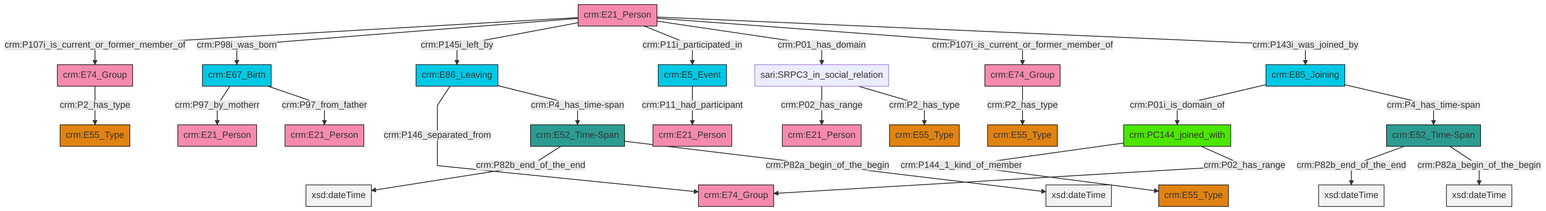
swiss-art-research-net/reference-data-models keeps this Mermaid diagram as et/personCSV/ttl/mmd/png/Person_Actor_Relations.png. Above is the earlier version. Its source is kept beside it as et/personCSV/ttl/mmd/Person_Actor_Relations.ttl.mmd.
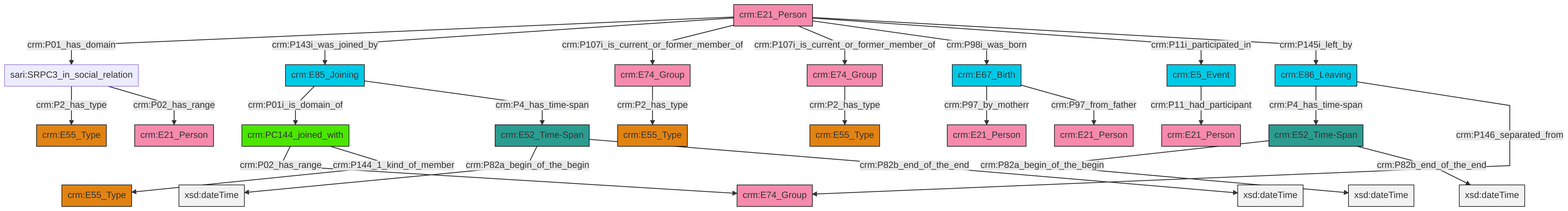
Above is the later version.

The edit, as a diff of the source:
```diff
@@ -13,27 +13,27 @@
 classDef PC_Classes fill:#4ce600, stroke:#000000;
 classDef Multi fill:#cccccc,stroke:#000000;
 
-2["crm:E86_Leaving"]:::Temporal_Entity -->|crm:P146_separated_from| 3["crm:E74_Group"]:::Actor
-4["crm:E52_Time-Span"]:::Time-Span -->|crm:P82b_end_of_the_end| 5[xsd:dateTime]:::Literal
-12["sari:SRPC3_in_social_relation"]:::Default -->|crm:P02_has_range| 8["crm:E21_Person"]:::Actor
-13["crm:E21_Person"]:::Actor -->|crm:P107i_is_current_or_former_member_of| 14["crm:E74_Group"]:::Actor
-12["sari:SRPC3_in_social_relation"]:::Default -->|crm:P2_has_type| 0["crm:E55_Type"]:::Type
-15["crm:E85_Joining"]:::Temporal_Entity -->|crm:P01i_is_domain_of| 10["crm:PC144_joined_with"]:::PC_Classes
-13["crm:E21_Person"]:::Actor -->|crm:P98i_was_born| 6["crm:E67_Birth"]:::Temporal_Entity
-13["crm:E21_Person"]:::Actor -->|crm:P145i_left_by| 2["crm:E86_Leaving"]:::Temporal_Entity
-13["crm:E21_Person"]:::Actor -->|crm:P11i_participated_in| 18["crm:E5_Event"]:::Temporal_Entity
-4["crm:E52_Time-Span"]:::Time-Span -->|crm:P82a_begin_of_the_begin| 20[xsd:dateTime]:::Literal
-16["crm:E74_Group"]:::Actor -->|crm:P2_has_type| 22["crm:E55_Type"]:::Type
-2["crm:E86_Leaving"]:::Temporal_Entity -->|crm:P4_has_time-span| 23["crm:E52_Time-Span"]:::Time-Span
-13["crm:E21_Person"]:::Actor -->|crm:P01_has_domain| 12["sari:SRPC3_in_social_relation"]:::Default
-13["crm:E21_Person"]:::Actor -->|crm:P107i_is_current_or_former_member_of| 16["crm:E74_Group"]:::Actor
-23["crm:E52_Time-Span"]:::Time-Span -->|crm:P82b_end_of_the_end| 26[xsd:dateTime]:::Literal
-10["crm:PC144_joined_with"]:::PC_Classes -->|crm:P144_1_kind_of_member| 24["crm:E55_Type"]:::Type
-18["crm:E5_Event"]:::Temporal_Entity -->|crm:P11_had_participant| 32["crm:E21_Person"]:::Actor
-14["crm:E74_Group"]:::Actor -->|crm:P2_has_type| 27["crm:E55_Type"]:::Type
-15["crm:E85_Joining"]:::Temporal_Entity -->|crm:P4_has_time-span| 4["crm:E52_Time-Span"]:::Time-Span
-13["crm:E21_Person"]:::Actor -->|crm:P143i_was_joined_by| 15["crm:E85_Joining"]:::Temporal_Entity
-23["crm:E52_Time-Span"]:::Time-Span -->|crm:P82a_begin_of_the_begin| 44[xsd:dateTime]:::Literal
-6["crm:E67_Birth"]:::Temporal_Entity -->|crm:P97_by_motherr| 30["crm:E21_Person"]:::Actor
-6["crm:E67_Birth"]:::Temporal_Entity -->|crm:P97_from_father| 40["crm:E21_Person"]:::Actor
-10["crm:PC144_joined_with"]:::PC_Classes -->|crm:P02_has_range| 3["crm:E74_Group"]:::Actor
+2["crm:E74_Group"]:::Actor -->|crm:P2_has_type| 3["crm:E55_Type"]:::Type
+4["crm:E5_Event"]:::Temporal_Entity -->|crm:P11_had_participant| 5["crm:E21_Person"]:::Actor
+10["crm:E21_Person"]:::Actor -->|crm:P01_has_domain| 11["sari:SRPC3_in_social_relation"]:::Default
+6["crm:E52_Time-Span"]:::Time-Span -->|crm:P82a_begin_of_the_begin| 16[xsd:dateTime]:::Literal
+17["crm:E67_Birth"]:::Temporal_Entity -->|crm:P97_by_motherr| 18["crm:E21_Person"]:::Actor
+10["crm:E21_Person"]:::Actor -->|crm:P143i_was_joined_by| 0["crm:E85_Joining"]:::Temporal_Entity
+17["crm:E67_Birth"]:::Temporal_Entity -->|crm:P97_from_father| 8["crm:E21_Person"]:::Actor
+11["sari:SRPC3_in_social_relation"]:::Default -->|crm:P2_has_type| 31["crm:E55_Type"]:::Type
+38["crm:E86_Leaving"]:::Temporal_Entity -->|crm:P4_has_time-span| 12["crm:E52_Time-Span"]:::Time-Span
+10["crm:E21_Person"]:::Actor -->|crm:P107i_is_current_or_former_member_of| 35["crm:E74_Group"]:::Actor
+23["crm:PC144_joined_with"]:::PC_Classes -->|crm:P02_has_range| 25["crm:E74_Group"]:::Actor
+10["crm:E21_Person"]:::Actor -->|crm:P107i_is_current_or_former_member_of| 2["crm:E74_Group"]:::Actor
+38["crm:E86_Leaving"]:::Temporal_Entity -->|crm:P146_separated_from| 25["crm:E74_Group"]:::Actor
+12["crm:E52_Time-Span"]:::Time-Span -->|crm:P82a_begin_of_the_begin| 40[xsd:dateTime]:::Literal
+23["crm:PC144_joined_with"]:::PC_Classes -->|crm:P144_1_kind_of_member| 29["crm:E55_Type"]:::Type
+12["crm:E52_Time-Span"]:::Time-Span -->|crm:P82b_end_of_the_end| 41[xsd:dateTime]:::Literal
+10["crm:E21_Person"]:::Actor -->|crm:P98i_was_born| 17["crm:E67_Birth"]:::Temporal_Entity
+0["crm:E85_Joining"]:::Temporal_Entity -->|crm:P01i_is_domain_of| 23["crm:PC144_joined_with"]:::PC_Classes
+6["crm:E52_Time-Span"]:::Time-Span -->|crm:P82b_end_of_the_end| 42[xsd:dateTime]:::Literal
+35["crm:E74_Group"]:::Actor -->|crm:P2_has_type| 14["crm:E55_Type"]:::Type
+10["crm:E21_Person"]:::Actor -->|crm:P11i_participated_in| 4["crm:E5_Event"]:::Temporal_Entity
+11["sari:SRPC3_in_social_relation"]:::Default -->|crm:P02_has_range| 33["crm:E21_Person"]:::Actor
+10["crm:E21_Person"]:::Actor -->|crm:P145i_left_by| 38["crm:E86_Leaving"]:::Temporal_Entity
+0["crm:E85_Joining"]:::Temporal_Entity -->|crm:P4_has_time-span| 6["crm:E52_Time-Span"]:::Time-Span
```
